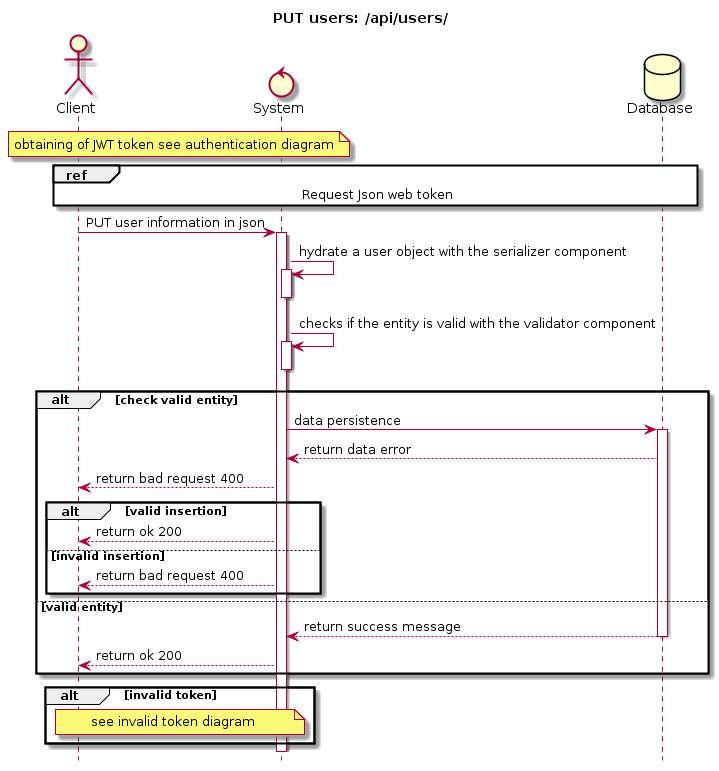
This is docs/Uml/Diagram_sequences/Diagram_sequence_PUT_user.png from siggwer/Bilemo, a PlantUML export, as it was before one commit.
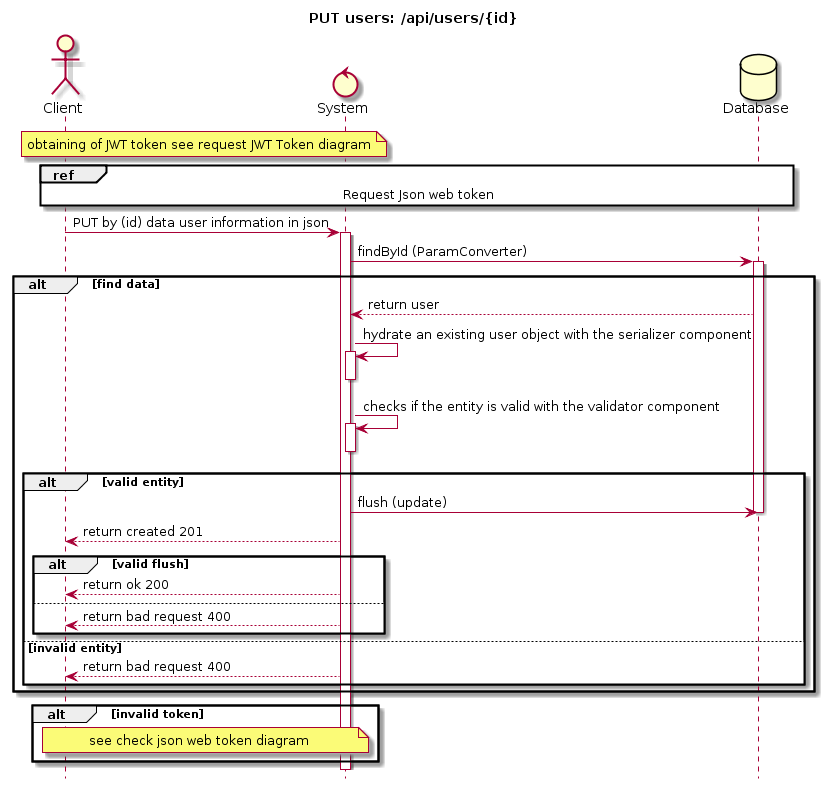
Above is the later version.

What changed in the source:
```diff
@@ -1,45 +1,47 @@
 @startuml
 hide footbox
-title PUT users: /api/users/
+title PUT users: /api/users/{id}
 Actor Client
 Control System
 Database Database
 
 note over Client, System
- obtaining of JWT token see authentication diagram
+ obtaining of JWT token see request JWT Token diagram
 end note
 
 ref over Client, System, Database
     Request Json web token
 end ref
 
-Client -> System : PUT user information in json
+Client -> System : PUT by (id) data user information in json
 activate System
 
-System -> System : hydrate a user object with the serializer component
+System -> Database : findById (ParamConverter)
+activate Database
+alt find data
+Database --> System : return user
+System -> System : hydrate an existing user object with the serializer component
 activate System
 deactivate System
 System -> System : checks if the entity is valid with the validator component
 activate System
 deactivate System
-alt check valid entity
-    System -> Database : data persistence
-    activate Database
-    Database --> System : return data error
-    System --> Client : return bad request 400
-    alt valid insertion
+alt valid entity
+    System -> Database : flush (update)
+    deactivate Database
+    System --> Client : return created 201
+    alt valid flush
         System --> Client : return ok 200
-    else invalid insertion
+    else
         System --> Client : return bad request 400
     end
-else valid entity
-    Database --> System : return success message
-    deactivate Database
-    System --> Client : return ok 200
+else invalid entity
+    System --> Client : return bad request 400
+end
 end
 alt invalid token
 note over Client, System
-    see invalid token diagram
+    see check json web token diagram
 end note
 end
 @enduml
```
